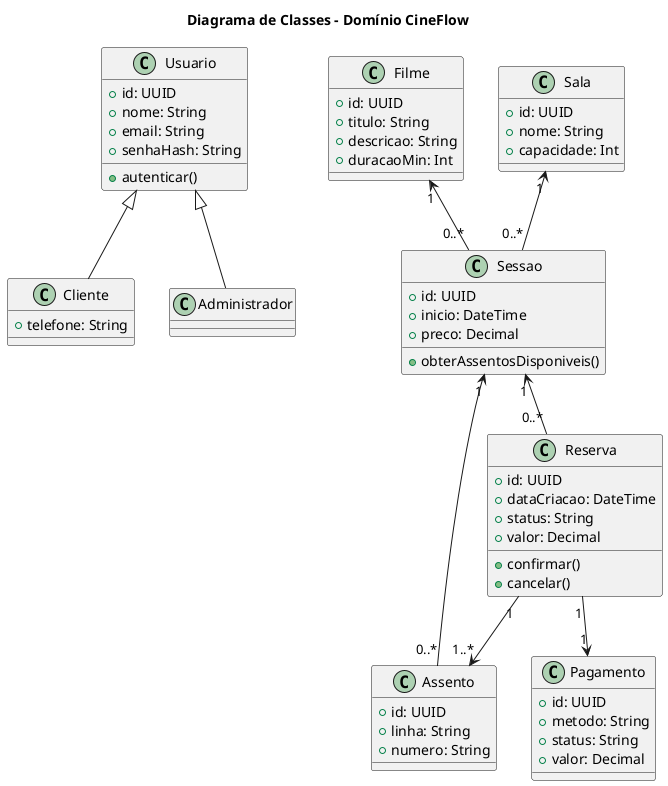
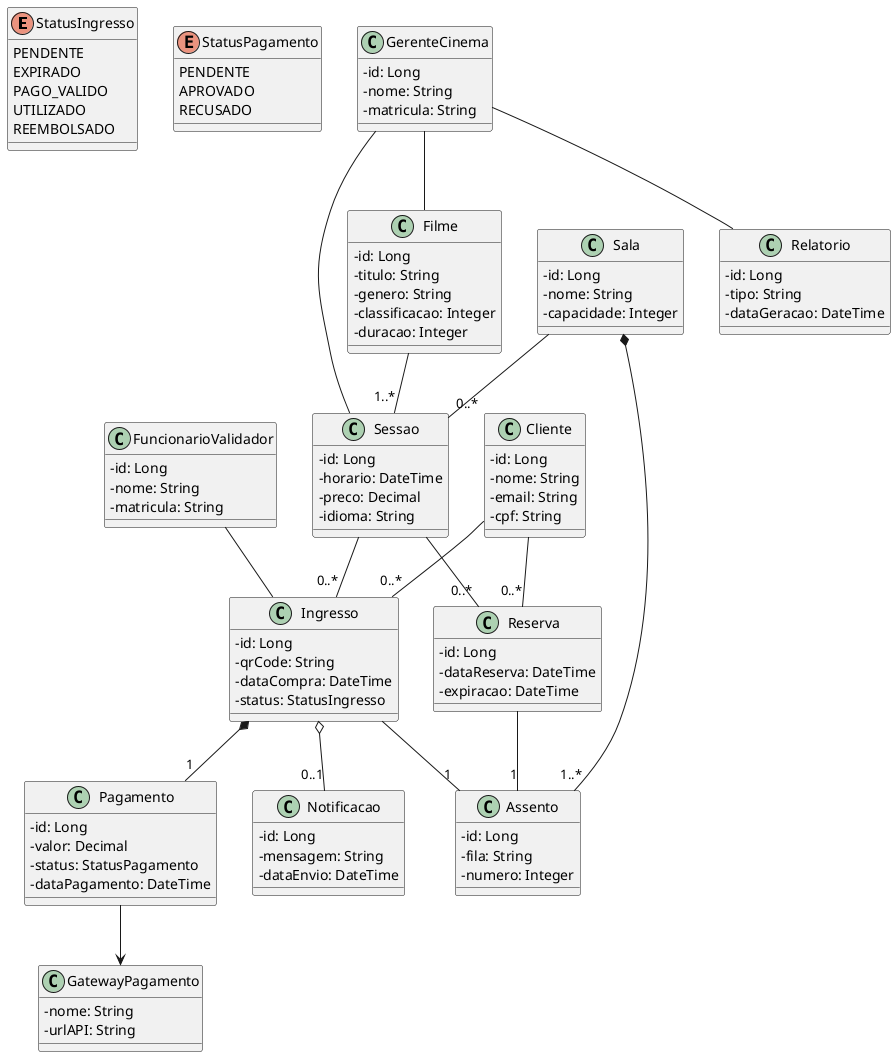
@startuml
- title Diagrama de Classes - Domínio CineFlow
- class Usuario {
-   +id: UUID
-   +nome: String
-   +email: String
-   +senhaHash: String
-   +autenticar()
+ skinparam classAttributeIconSize 0
+ 
+ ' =========================
+ ' ENUMS
+ ' =========================
+ 
+ enum StatusIngresso {
+   PENDENTE
+   EXPIRADO
+   PAGO_VALIDO
+   UTILIZADO
+   REEMBOLSADO
}

- class Cliente {
-   +telefone: String
+ enum StatusPagamento {
+   PENDENTE
+   APROVADO
+   RECUSADO
}

- class Administrador
+ ' =========================
+ ' CLASSES
+ ' =========================
+ 
+ class Cliente {
+   - id: Long
+   - nome: String
+   - email: String
+   - cpf: String
+ }
+ 
+ class FuncionarioValidador {
+   - id: Long
+   - nome: String
+   - matricula: String
+ }
+ 
+ class GerenteCinema {
+   - id: Long
+   - nome: String
+   - matricula: String
+ }

class Filme {
-   +id: UUID
-   +titulo: String
-   +descricao: String
-   +duracaoMin: Int
+   - id: Long
+   - titulo: String
+   - genero: String
+   - classificacao: Integer
+   - duracao: Integer
}

class Sala {
-   +id: UUID
-   +nome: String
-   +capacidade: Int
+   - id: Long
+   - nome: String
+   - capacidade: Integer
+ }
+ 
+ class Assento {
+   - id: Long
+   - fila: String
+   - numero: Integer
}

class Sessao {
-   +id: UUID
-   +inicio: DateTime
-   +preco: Decimal
-   +obterAssentosDisponiveis()
- }
- 
- class Assento {
-   +id: UUID
-   +linha: String
-   +numero: String
+   - id: Long
+   - horario: DateTime
+   - preco: Decimal
+   - idioma: String
}

class Reserva {
-   +id: UUID
-   +dataCriacao: DateTime
-   +status: String
-   +valor: Decimal
-   +confirmar()
-   +cancelar()
+   - id: Long
+   - dataReserva: DateTime
+   - expiracao: DateTime
+ }
+ 
+ class Ingresso {
+   - id: Long
+   - qrCode: String
+   - dataCompra: DateTime
+   - status: StatusIngresso
}

class Pagamento {
-   +id: UUID
-   +metodo: String
-   +status: String
-   +valor: Decimal
+   - id: Long
+   - valor: Decimal
+   - status: StatusPagamento
+   - dataPagamento: DateTime
}

- Usuario <|-- Cliente
- Usuario <|-- Administrador
- Filme "1" <-- "0..*" Sessao
- Sala "1" <-- "0..*" Sessao
- Sessao "1" <-- "0..*" Assento
- Sessao "1" <-- "0..*" Reserva
- Reserva "1" --> "1..*" Assento
- Reserva "1" --> "1" Pagamento
+ class GatewayPagamento {
+   - nome: String
+   - urlAPI: String
+ }

- @enduml
+ class Notificacao {
+   - id: Long
+   - mensagem: String
+   - dataEnvio: DateTime
+ }
+ 
+ class Relatorio {
+   - id: Long
+   - tipo: String
+   - dataGeracao: DateTime
+ }
+ 
+ ' =========================
+ ' RELACIONAMENTOS
+ ' =========================
+ 
+ ' Cliente compra ingressos
+ Cliente -- "0..*" Ingresso
+ 
+ ' Cliente realiza reservas
+ Cliente -- "0..*" Reserva
+ 
+ ' Filme possui sessões
+ Filme -- "1..*" Sessao
+ 
+ ' Sala contém assentos (composição)
+ Sala *-- "1..*" Assento
+ 
+ ' Sala possui sessões
+ Sala -- "0..*" Sessao
+ 
+ ' Sessão gera ingressos
+ Sessao -- "0..*" Ingresso
+ 
+ ' Sessão possui reservas
+ Sessao -- "0..*" Reserva
+ 
+ ' Reserva envolve assento
+ Reserva -- "1" Assento
+ 
+ ' Ingresso pertence a um assento
+ Ingresso -- "1" Assento
+ 
+ ' Pagamento pertence ao ingresso
+ Ingresso *-- "1" Pagamento
+ 
+ ' Integração com gateway
+ Pagamento --> GatewayPagamento
+ 
+ ' Notificação relacionada ao ingresso
+ Ingresso o-- "0..1" Notificacao
+ 
+ ' Gerente administra filmes e sessões
+ GerenteCinema -- Filme
+ GerenteCinema -- Sessao
+ GerenteCinema -- Relatorio
+ 
+ ' Funcionário valida ingressos
+ FuncionarioValidador -- Ingresso
+ 
+ @enduml